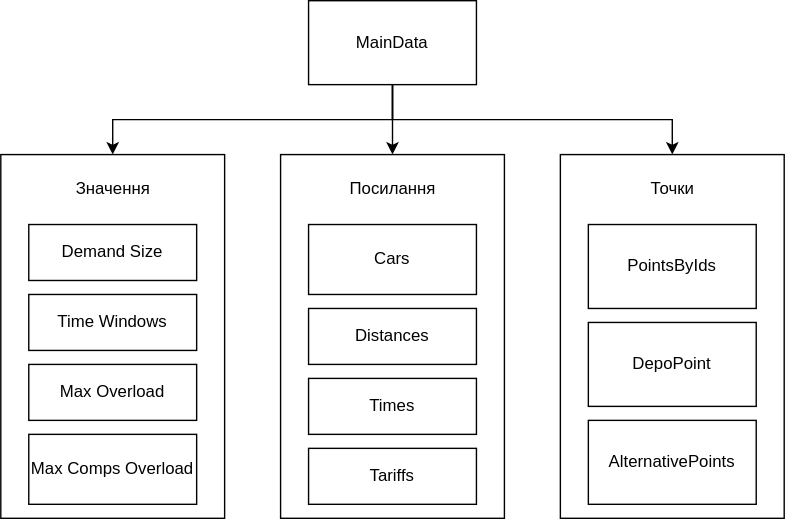
quddi/CVRPTW keeps this draw.io diagram as CVRPTW/Other/Diagrams/MainDataDiagram.svg. Above is the earlier version. Source tidied: cells renumbered, new cells last; positions are measured from the earlier drawing's top-left corner, leaving out a move shared by most shapes. Its diagram source:
```xml
<mxGraphModel>
  <root>
    <mxCell id="0" />
    <mxCell id="1" parent="0" />
    <mxCell id="2" style="whiteSpace=wrap;html=1;" parent="1" vertex="1">
      <mxGeometry x="400" y="110" width="160" height="260" as="geometry" />
    </mxCell>
    <mxCell id="3" style="whiteSpace=wrap;html=1;" parent="1" vertex="1">
      <mxGeometry y="110" width="160" height="260" as="geometry" />
    </mxCell>
    <mxCell id="4" style="whiteSpace=wrap;html=1;" parent="1" vertex="1">
      <mxGeometry x="200" y="110" width="160" height="260" as="geometry" />
    </mxCell>
    <mxCell id="5" style="edgeStyle=orthogonalEdgeStyle;rounded=0;jettySize=auto;html=1;exitX=0.5;exitY=1;exitDx=0;exitDy=0;entryX=0.5;entryY=0;entryDx=0;entryDy=0;" parent="1" edge="1" source="8" target="3">
      <mxGeometry relative="1" as="geometry" />
    </mxCell>
    <mxCell id="6" style="edgeStyle=orthogonalEdgeStyle;rounded=0;jettySize=auto;html=1;exitX=0.5;exitY=1;exitDx=0;exitDy=0;entryX=0.5;entryY=0;entryDx=0;entryDy=0;" parent="1" edge="1" source="8" target="4">
      <mxGeometry relative="1" as="geometry" />
    </mxCell>
    <mxCell id="7" style="edgeStyle=orthogonalEdgeStyle;rounded=0;jettySize=auto;html=1;exitX=0.5;exitY=1;exitDx=0;exitDy=0;entryX=0.5;entryY=0;entryDx=0;entryDy=0;" parent="1" edge="1" source="8" target="2">
      <mxGeometry relative="1" as="geometry" />
    </mxCell>
    <mxCell id="8" value="MainData" style="whiteSpace=wrap;html=1;" parent="1" vertex="1">
      <mxGeometry x="220" width="120" height="60" as="geometry" />
    </mxCell>
    <mxCell id="9" value="Times" style="whiteSpace=wrap;html=1;" parent="1" vertex="1">
      <mxGeometry x="220" y="270" width="120" height="40" as="geometry" />
    </mxCell>
    <mxCell id="10" value="Tariffs" style="whiteSpace=wrap;html=1;" parent="1" vertex="1">
      <mxGeometry x="220" y="320" width="120" height="40" as="geometry" />
    </mxCell>
    <mxCell id="11" value="Cars" style="whiteSpace=wrap;html=1;" parent="1" vertex="1">
      <mxGeometry x="220" y="160" width="120" height="50" as="geometry" />
    </mxCell>
    <mxCell id="12" value="DepoPoint" style="whiteSpace=wrap;html=1;" parent="1" vertex="1">
      <mxGeometry x="420" y="230" width="120" height="60" as="geometry" />
    </mxCell>
    <mxCell id="13" value="PointsByIds" style="whiteSpace=wrap;html=1;" parent="1" vertex="1">
      <mxGeometry x="420" y="160" width="120" height="60" as="geometry" />
    </mxCell>
    <mxCell id="14" value="AlternativePoints" style="whiteSpace=wrap;html=1;" parent="1" vertex="1">
      <mxGeometry x="420" y="300" width="120" height="60" as="geometry" />
    </mxCell>
    <mxCell id="15" value="Demand Size" style="whiteSpace=wrap;html=1;" parent="1" vertex="1">
      <mxGeometry x="20" y="160" width="120" height="40" as="geometry" />
    </mxCell>
    <mxCell id="16" value="Time Windows" style="whiteSpace=wrap;html=1;" parent="1" vertex="1">
      <mxGeometry x="20" y="210" width="120" height="40" as="geometry" />
    </mxCell>
    <mxCell id="17" value="Max Overload" style="whiteSpace=wrap;html=1;" parent="1" vertex="1">
      <mxGeometry x="20" y="260" width="120" height="40" as="geometry" />
    </mxCell>
    <mxCell id="18" value="Max Comps Overload" style="whiteSpace=wrap;html=1;" parent="1" vertex="1">
      <mxGeometry x="20" y="310" width="120" height="50" as="geometry" />
    </mxCell>
    <mxCell id="19" value="Distances" style="whiteSpace=wrap;html=1;" parent="1" vertex="1">
      <mxGeometry x="220" y="220" width="120" height="40" as="geometry" />
    </mxCell>
    <mxCell id="20" value="Посилання" style="text;html=1;align=center;verticalAlign=middle;strokeColor=none;fillColor=none;" parent="1" vertex="1">
      <mxGeometry x="240" y="120" width="80" height="30" as="geometry" />
    </mxCell>
    <mxCell id="21" value="Значення" style="text;html=1;align=center;verticalAlign=middle;strokeColor=none;fillColor=none;" parent="1" vertex="1">
      <mxGeometry x="40" y="120" width="80" height="30" as="geometry" />
    </mxCell>
    <mxCell id="22" value="Точки" style="text;html=1;align=center;verticalAlign=middle;strokeColor=none;fillColor=none;" parent="1" vertex="1">
      <mxGeometry x="455" y="120" width="50" height="30" as="geometry" />
    </mxCell>
  </root>
</mxGraphModel>
```
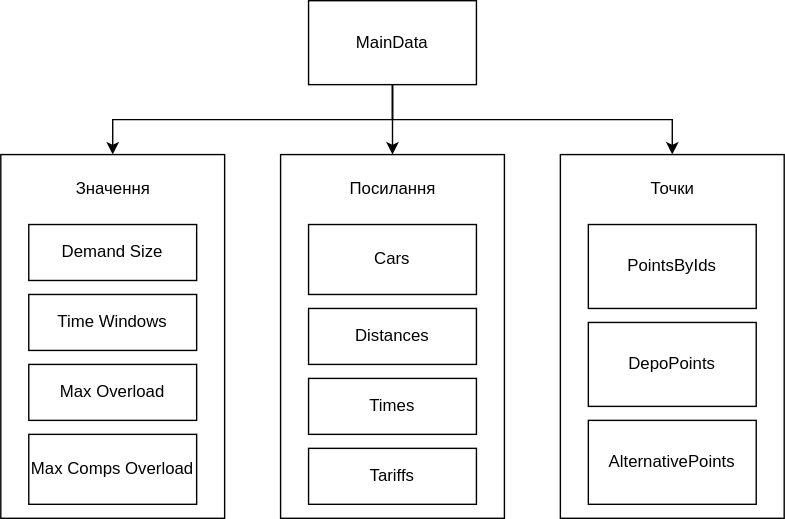
The same file after the commit.

Change to the diagram source:
```diff
@@ -32,7 +32,7 @@
     <mxCell id="11" value="Cars" style="whiteSpace=wrap;html=1;" parent="1" vertex="1">
       <mxGeometry x="220" y="160" width="120" height="50" as="geometry" />
     </mxCell>
-    <mxCell id="12" value="DepoPoint" style="whiteSpace=wrap;html=1;" parent="1" vertex="1">
+    <mxCell id="12" value="DepoPoints" style="whiteSpace=wrap;html=1;" parent="1" vertex="1">
       <mxGeometry x="420" y="230" width="120" height="60" as="geometry" />
     </mxCell>
     <mxCell id="13" value="PointsByIds" style="whiteSpace=wrap;html=1;" parent="1" vertex="1">
```
